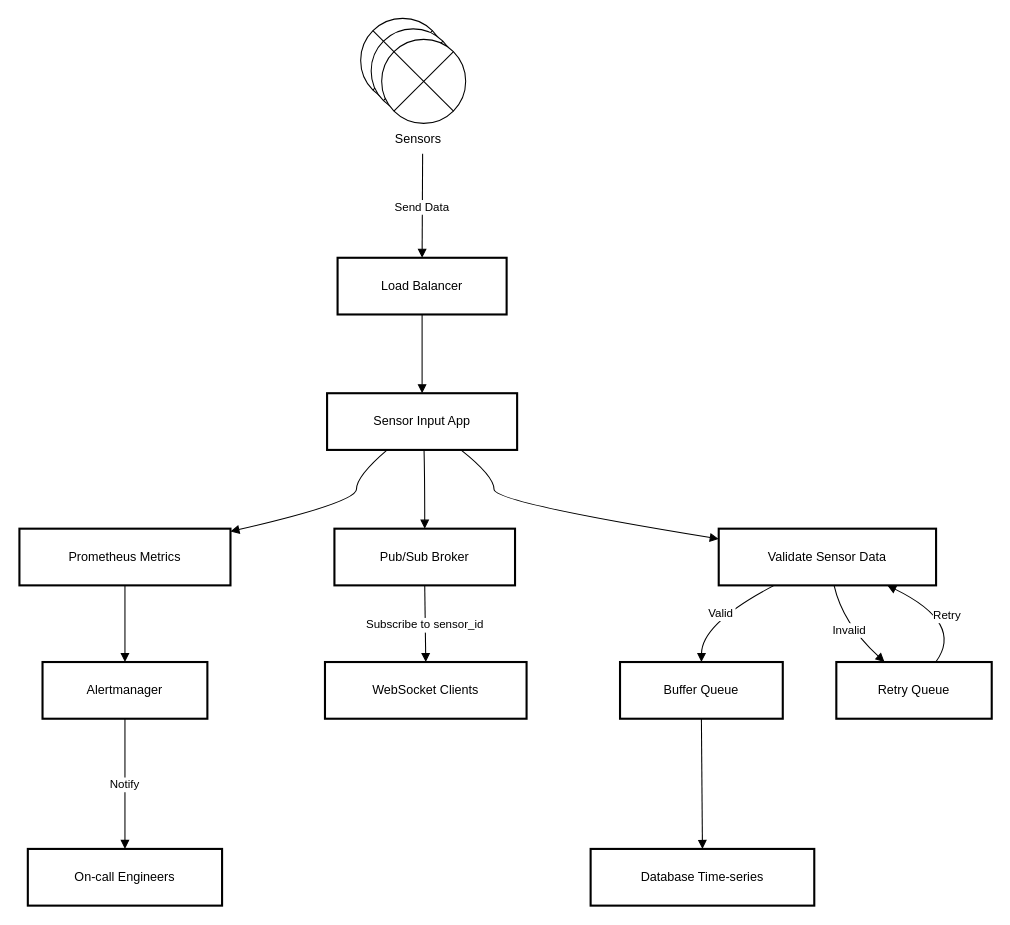
Earlier version of the draw.io diagram sensor_input/sensor_input.drawio (jbunyadzade/SmartInfrastructureDesign). Source tidied: cells renumbered, new cells numbered last; positions are measured from the earlier drawing's top-left corner, leaving out a move shared by most shapes. Both pictures are drawn from the tidied source at 105%, with x=0, y=0 at pixel (19, 18).
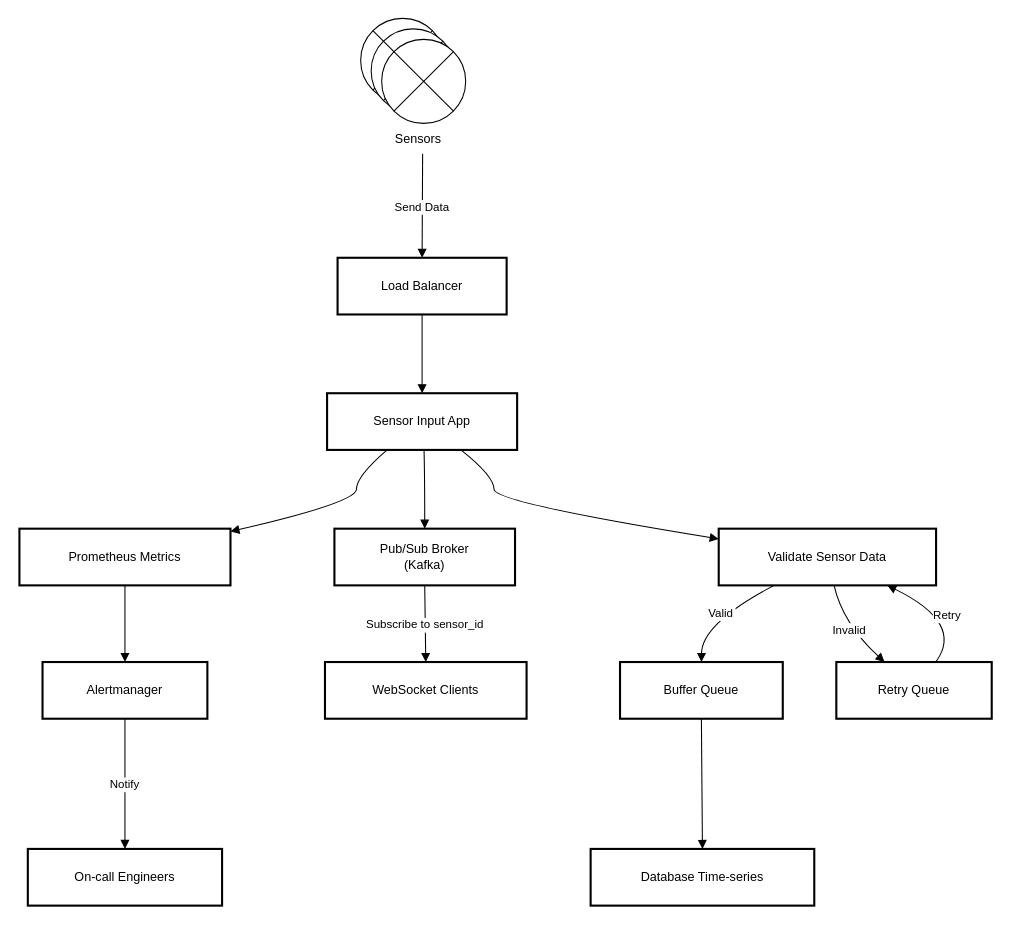
Above is the later version.

What changed in the source:
```diff
@@
-    <mxCell id="4" value="Pub/Sub Broker" style="whiteSpace=wrap;strokeWidth=2;" parent="1" vertex="1">
+    <mxCell id="4" value="Pub/Sub Broker&#10;(Kafka)" style="whiteSpace=wrap;strokeWidth=2;" parent="1" vertex="1">
       <mxGeometry x="300" y="486" width="172" height="54" as="geometry" />
     </mxCell>
```
